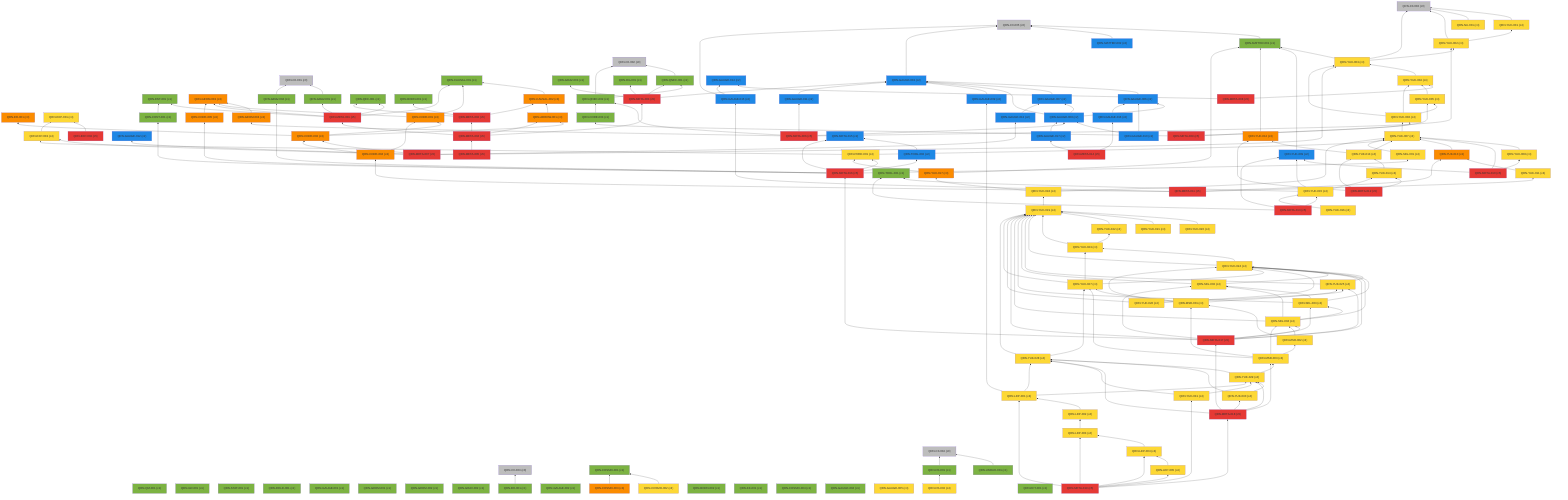
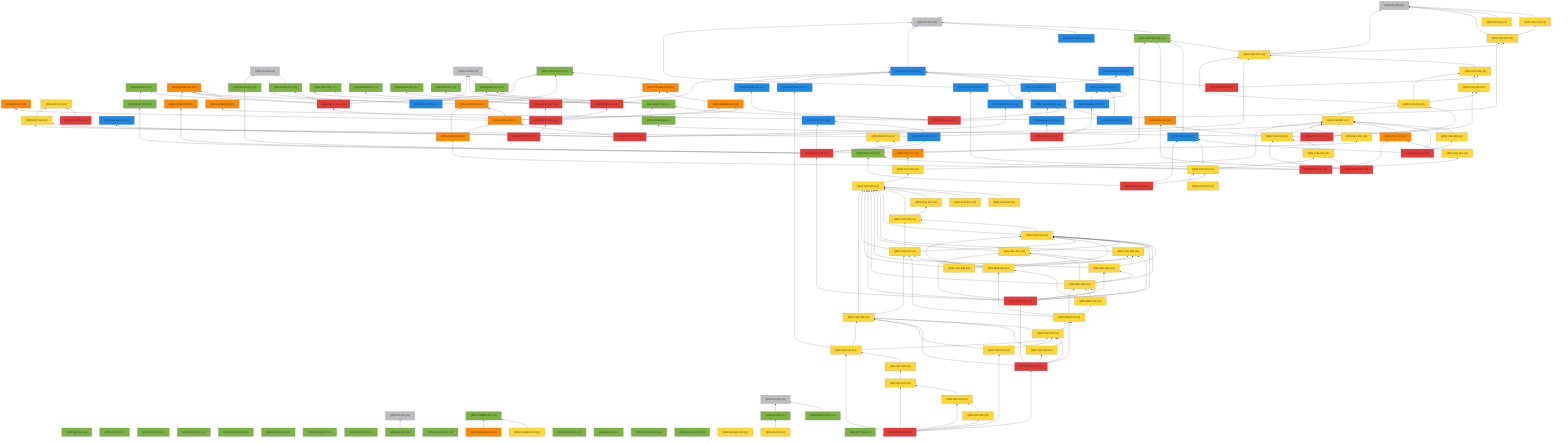
%% 自動生成 (dag/report.pl) — QRN 主張依存グラフ
graph BT
  QRN_C0_001["QRN-C0-001 (c0)"]:::c0
  QRN_C0_002["QRN-C0-002 (c0)"]:::c0
  QRN_C0_003["QRN-C0-003 (c0)"]:::c0
  QRN_C0_004["QRN-C0-004 (c0)"]:::c0
  QRN_C0_005["QRN-C0-005 (c0)"]:::c0
  QRN_C0_006["QRN-C0-006 (c0)"]:::c0
  QRN_QM_001["QRN-QM-001 (c1)"]:::c1
  QRN_GR_001["QRN-GR-001 (c1)"]:::c1
  QRN_STAT_001["QRN-STAT-001 (c1)"]:::c1
  QRN_FIELD_001["QRN-FIELD-001 (c1)"]:::c1
  QRN_GAUGE_001["QRN-GAUGE-001 (c1)"]:::c1
  QRN_ENT_001["QRN-ENT-001 (c1)"]:::c1
  QRN_GEOM_001["QRN-GEOM-001 (c1)"]:::c1
  QRN_GEOM_002["QRN-GEOM-002 (c1)"]:::c1
  QRN_GEOM_003["QRN-GEOM-003 (c3)"]:::c3
  QRN_GRAV_001["QRN-GRAV-001 (c1)"]:::c1
  QRN_GRAV_002["QRN-GRAV-002 (c1)"]:::c1
  QRN_BH_001["QRN-BH-001 (c1)"]:::c1
  QRN_CAUSAL_001["QRN-CAUSAL-001 (c1)"]:::c1
  QRN_CAUSAL_002["QRN-CAUSAL-002 (c3)"]:::c3
  QRN_ER_001["QRN-ER-001 (c3)"]:::c3
  QRN_QEC_001["QRN-QEC-001 (c1)"]:::c1
  QRN_GAUGE_002["QRN-GAUGE-002 (c1)"]:::c1
  QRN_COSMO_001["QRN-COSMO-001 (c1)"]:::c1
  QRN_COSMO_002["QRN-COSMO-002 (c4)"]:::c4
  QRN_COSMO_003["QRN-COSMO-003 (c3)"]:::c3
  QRN_BORN_001["QRN-BORN-001 (c1)"]:::c1
  QRN_BORN_002["QRN-BORN-002 (c1)"]:::c1
  QRN_GRAV_003["QRN-GRAV-003 (c1)"]:::c1
  QRN_KK_001["QRN-KK-001 (c1)"]:::c1
  QRN_MATTER_001["QRN-MATTER-001 (c1)"]:::c1
  QRN_MATTER_002["QRN-MATTER-002 (c2)"]:::c2
  QRN_COSMO_004["QRN-COSMO-004 (c1)"]:::c1
  QRN_EXP_001["QRN-EXP-001 (c4)"]:::c4
  QRN_GAUGE_003["QRN-GAUGE-003 (c2)"]:::c2
  QRN_GAUGE_004["QRN-GAUGE-004 (c1)"]:::c1
  QRN_GAUGE_005["QRN-GAUGE-005 (c4)"]:::c4
  QRN_YUK_001["QRN-YUK-001 (c4)"]:::c4
  QRN_RG_001["QRN-RG-001 (c1)"]:::c1
  QRN_UNRUH_001["QRN-UNRUH-001 (c1)"]:::c1
  QRN_QNEC_001["QRN-QNEC-001 (c1)"]:::c1
  QRN_NU_001["QRN-NU-001 (c4)"]:::c4
  QRN_GAUGE_006["QRN-GAUGE-006 (c2)"]:::c2
  QRN_DS_001["QRN-DS-001 (c1)"]:::c1
  QRN_DS_002["QRN-DS-002 (c4)"]:::c4
  QRN_ARROW_001["QRN-ARROW-001 (c3)"]:::c3
  QRN_GAUGE_007["QRN-GAUGE-007 (c2)"]:::c2
  QRN_EFT_001["QRN-EFT-001 (c1)"]:::c1
  QRN_GAUGE_008["QRN-GAUGE-008 (c2)"]:::c2
  QRN_GAUGE_009["QRN-GAUGE-009 (c2)"]:::c2
  QRN_GAUGE_010["QRN-GAUGE-010 (c2)"]:::c2
  QRN_QNEC_002["QRN-QNEC-002 (c1)"]:::c1
  QRN_GEOM_004["QRN-GEOM-004 (c3)"]:::c3
  QRN_YUK_002["QRN-YUK-002 (c4)"]:::c4
  QRN_EXP_002["QRN-EXP-002 (c5)"]:::c5
  QRN_CORE_001["QRN-CORE-001 (c3)"]:::c3
  QRN_GAUGE_011["QRN-GAUGE-011 (c2)"]:::c2
  QRN_GAUGE_012["QRN-GAUGE-012 (c2)"]:::c2
  QRN_YUK_003["QRN-YUK-003 (c4)"]:::c4
  QRN_EXP_003["QRN-EXP-003 (c4)"]:::c4
  QRN_CORE_002["QRN-CORE-002 (c3)"]:::c3
  QRN_GAUGE_013["QRN-GAUGE-013 (c2)"]:::c2
  QRN_YUK_004["QRN-YUK-004 (c4)"]:::c4
  QRN_GAUGE_014["QRN-GAUGE-014 (c2)"]:::c2
  QRN_META_001["QRN-META-001 (c5)"]:::c5
  QRN_META_002["QRN-META-002 (c5)"]:::c5
  QRN_META_003["QRN-META-003 (c5)"]:::c5
  QRN_META_004["QRN-META-004 (c5)"]:::c5
  QRN_META_005["QRN-META-005 (c5)"]:::c5
  QRN_META_006["QRN-META-006 (c5)"]:::c5
  QRN_META_007["QRN-META-007 (c5)"]:::c5
  QRN_META_008["QRN-META-008 (c5)"]:::c5
  QRN_YUK_005["QRN-YUK-005 (c4)"]:::c4
  QRN_YUK_006["QRN-YUK-006 (c4)"]:::c4
  QRN_CORE_003["QRN-CORE-003 (c1)"]:::c1
  QRN_META_009["QRN-META-009 (c5)"]:::c5
  QRN_YUK_007["QRN-YUK-007 (c4)"]:::c4
  QRN_YUK_008["QRN-YUK-008 (c4)"]:::c4
  QRN_YUK_009["QRN-YUK-009 (c2)"]:::c2
  QRN_META_010["QRN-META-010 (c5)"]:::c5
  QRN_GAUGE_015["QRN-GAUGE-015 (c2)"]:::c2
  QRN_YUK_010["QRN-YUK-010 (c3)"]:::c3
  QRN_YUK_011["QRN-YUK-011 (c4)"]:::c4
  QRN_CORE_004["QRN-CORE-004 (c3)"]:::c3
  QRN_META_011["QRN-META-011 (c5)"]:::c5
  QRN_YUK_012["QRN-YUK-012 (c3)"]:::c3
  QRN_YUK_013["QRN-YUK-013 (c4)"]:::c4
  QRN_YUK_014["QRN-YUK-014 (c4)"]:::c4
  QRN_META_012["QRN-META-012 (c5)"]:::c5
  QRN_TOOL_001["QRN-TOOL-001 (c1)"]:::c1
  QRN_YUK_015["QRN-YUK-015 (c4)"]:::c4
  QRN_META_013["QRN-META-013 (c5)"]:::c5
  QRN_GAUGE_016["QRN-GAUGE-016 (c2)"]:::c2
  QRN_GAUGE_017["QRN-GAUGE-017 (c2)"]:::c2
  QRN_META_014["QRN-META-014 (c5)"]:::c5
  QRN_META_015["QRN-META-015 (c2)"]:::c2
  QRN_TOOL_002["QRN-TOOL-002 (c2)"]:::c2
  QRN_CORE_005["QRN-CORE-005 (c3)"]:::c3
  QRN_CONT_001["QRN-CONT-001 (c1)"]:::c1
  QRN_SEL_001["QRN-SEL-001 (c4)"]:::c4
  QRN_GRAV_004["QRN-GRAV-004 (c1)"]:::c1
  QRN_PRED_001["QRN-PRED-001 (c4)"]:::c4
  QRN_META_016["QRN-META-016 (c5)"]:::c5
  QRN_YUK_016["QRN-YUK-016 (c4)"]:::c4
  QRN_YUK_017["QRN-YUK-017 (c3)"]:::c3
  QRN_YUK_018["QRN-YUK-018 (c4)"]:::c4
  QRN_YUK_019["QRN-YUK-019 (c4)"]:::c4
  QRN_YUK_020["QRN-YUK-020 (c4)"]:::c4
  QRN_YUK_021["QRN-YUK-021 (c4)"]:::c4
  QRN_YUK_022["QRN-YUK-022 (c4)"]:::c4
  QRN_YUK_023["QRN-YUK-023 (c4)"]:::c4
  QRN_YUK_024["QRN-YUK-024 (c4)"]:::c4
  QRN_YUK_025["QRN-YUK-025 (c4)"]:::c4
  QRN_SEL_002["QRN-SEL-002 (c4)"]:::c4
  QRN_SEL_003["QRN-SEL-003 (c4)"]:::c4
  QRN_SEL_004["QRN-SEL-004 (c4)"]:::c4
  QRN_META_017["QRN-META-017 (c5)"]:::c5
  QRN_YUK_026["QRN-YUK-026 (c4)"]:::c4
  QRN_YUK_027["QRN-YUK-027 (c4)"]:::c4
  QRN_MSR_001["QRN-MSR-001 (c4)"]:::c4
  QRN_MSR_002["QRN-MSR-002 (c4)"]:::c4
  QRN_MSR_003["QRN-MSR-003 (c4)"]:::c4
  QRN_YUK_028["QRN-YUK-028 (c4)"]:::c4
  QRN_YUK_029["QRN-YUK-029 (c4)"]:::c4
  QRN_YUK_030["QRN-YUK-030 (c4)"]:::c4
  QRN_META_018["QRN-META-018 (c5)"]:::c5
  QRN_YUK_031["QRN-YUK-031 (c4)"]:::c4
  QRN_LEP_001["QRN-LEP-001 (c4)"]:::c4
  QRN_LEP_002["QRN-LEP-002 (c4)"]:::c4
  QRN_LEP_003["QRN-LEP-003 (c4)"]:::c4
  QRN_LEP_004["QRN-LEP-004 (c4)"]:::c4
  QRN_LEP_005["QRN-LEP-005 (c4)"]:::c4
  QRN_META_019["QRN-META-019 (c5)"]:::c5
+   QRN_GRAV_005["QRN-GRAV-005 (c2)"]:::c2
  QRN_GRAV_001 --> QRN_C0_001
  QRN_BH_001 --> QRN_C0_003
  QRN_CAUSAL_002 --> QRN_CAUSAL_001
  QRN_COSMO_002 --> QRN_COSMO_001
  QRN_COSMO_003 --> QRN_COSMO_001
  QRN_MATTER_001 --> QRN_C0_005
  QRN_MATTER_002 --> QRN_C0_005
  QRN_GAUGE_003 --> QRN_C0_005
  QRN_YUK_001 --> QRN_C0_006
  QRN_UNRUH_001 --> QRN_C0_004
  QRN_QNEC_001 --> QRN_C0_002
  QRN_NU_001 --> QRN_C0_006
  QRN_GAUGE_006 --> QRN_GAUGE_003
  QRN_DS_001 --> QRN_C0_004
  QRN_DS_002 --> QRN_DS_001
  QRN_ARROW_001 --> QRN_CAUSAL_002
  QRN_GAUGE_007 --> QRN_GAUGE_003
  QRN_GAUGE_008 --> QRN_GAUGE_003
  QRN_GAUGE_008 --> QRN_GAUGE_006
  QRN_GAUGE_008 --> QRN_GAUGE_007
  QRN_GAUGE_009 --> QRN_GAUGE_003
  QRN_GAUGE_010 --> QRN_GAUGE_006
  QRN_GAUGE_010 --> QRN_GAUGE_008
  QRN_QNEC_002 --> QRN_C0_002
  QRN_QNEC_002 --> QRN_QNEC_001
  QRN_GEOM_004 --> QRN_GEOM_003
  QRN_YUK_002 --> QRN_C0_006
  QRN_YUK_002 --> QRN_YUK_001
  QRN_EXP_002 --> QRN_EXP_001
  QRN_CORE_001 --> QRN_GEOM_003
  QRN_CORE_001 --> QRN_CAUSAL_001
  QRN_GAUGE_011 --> QRN_GAUGE_003
  QRN_YUK_003 --> QRN_C0_006
  QRN_YUK_003 --> QRN_MATTER_001
  QRN_YUK_003 --> QRN_YUK_002
  QRN_EXP_003 --> QRN_EXP_001
  QRN_CORE_002 --> QRN_CORE_001
  QRN_CORE_002 --> QRN_ER_001
  QRN_CORE_002 --> QRN_ARROW_001
  QRN_GAUGE_013 --> QRN_GAUGE_007
  QRN_YUK_004 --> QRN_YUK_003
  QRN_META_001 --> QRN_GEOM_003
  QRN_META_001 --> QRN_GRAV_001
  QRN_META_001 --> QRN_CAUSAL_001
  QRN_META_001 --> QRN_QEC_001
  QRN_META_001 --> QRN_ENT_001
  QRN_META_002 --> QRN_QEC_001
  QRN_META_002 --> QRN_BORN_001
  QRN_META_002 --> QRN_CAUSAL_002
  QRN_META_003 --> QRN_GAUGE_003
  QRN_META_003 --> QRN_RG_001
  QRN_META_003 --> QRN_QNEC_001
  QRN_META_003 --> QRN_GRAV_003
  QRN_META_004 --> QRN_META_001
  QRN_META_004 --> QRN_META_002
  QRN_META_004 --> QRN_META_003
  QRN_META_004 --> QRN_ARROW_001
  QRN_META_005 --> QRN_META_004
  QRN_META_006 --> QRN_GAUGE_008
  QRN_META_006 --> QRN_QNEC_002
  QRN_META_006 --> QRN_GEOM_004
  QRN_META_006 --> QRN_YUK_002
  QRN_META_006 --> QRN_GAUGE_011
  QRN_META_007 --> QRN_GAUGE_012
  QRN_META_007 --> QRN_YUK_003
  QRN_META_007 --> QRN_EXP_003
  QRN_META_007 --> QRN_CORE_002
  QRN_META_007 --> QRN_GAUGE_013
  QRN_META_008 --> QRN_YUK_004
  QRN_META_008 --> QRN_GAUGE_014
  QRN_YUK_005 --> QRN_YUK_004
  QRN_YUK_006 --> QRN_YUK_003
  QRN_YUK_006 --> QRN_YUK_004
  QRN_YUK_006 --> QRN_YUK_005
  QRN_CORE_003 --> QRN_QNEC_002
  QRN_META_009 --> QRN_YUK_005
  QRN_META_009 --> QRN_YUK_006
  QRN_META_009 --> QRN_CORE_003
  QRN_YUK_007 --> QRN_YUK_006
  QRN_YUK_008 --> QRN_YUK_007
  QRN_YUK_009 --> QRN_MATTER_001
  QRN_META_010 --> QRN_YUK_007
  QRN_META_010 --> QRN_YUK_008
  QRN_META_010 --> QRN_YUK_009
  QRN_GAUGE_015 --> QRN_C0_005
  QRN_GAUGE_015 --> QRN_GAUGE_014
  QRN_YUK_010 --> QRN_YUK_007
  QRN_YUK_011 --> QRN_YUK_010
  QRN_CORE_004 --> QRN_CORE_001
  QRN_CORE_004 --> QRN_CORE_002
  QRN_META_011 --> QRN_GAUGE_015
  QRN_META_011 --> QRN_YUK_010
  QRN_META_011 --> QRN_YUK_011
  QRN_META_011 --> QRN_CORE_004
  QRN_YUK_012 --> QRN_MATTER_001
  QRN_YUK_013 --> QRN_YUK_012
  QRN_YUK_013 --> QRN_YUK_007
  QRN_YUK_014 --> QRN_YUK_013
  QRN_META_012 --> QRN_YUK_012
  QRN_META_012 --> QRN_YUK_013
  QRN_META_012 --> QRN_YUK_014
  QRN_YUK_015 --> QRN_YUK_014
  QRN_YUK_015 --> QRN_TOOL_001
  QRN_YUK_015 --> QRN_YUK_009
  QRN_META_013 --> QRN_YUK_015
  QRN_META_013 --> QRN_TOOL_001
  QRN_META_013 --> QRN_YUK_009
  QRN_GAUGE_016 --> QRN_GAUGE_006
  QRN_GAUGE_017 --> QRN_GAUGE_008
  QRN_META_014 --> QRN_GAUGE_016
  QRN_META_014 --> QRN_GAUGE_017
  QRN_TOOL_002 --> QRN_META_015
  QRN_CORE_005 --> QRN_GEOM_003
  QRN_CONT_001 --> QRN_ENT_001
  QRN_SEL_001 --> QRN_YUK_007
  QRN_GRAV_004 --> QRN_C0_001
  QRN_PRED_001 --> QRN_YUK_007
  QRN_PRED_001 --> QRN_EXP_003
  QRN_META_016 --> QRN_META_015
  QRN_META_016 --> QRN_TOOL_002
  QRN_META_016 --> QRN_CORE_005
  QRN_META_016 --> QRN_CONT_001
  QRN_META_016 --> QRN_SEL_001
  QRN_META_016 --> QRN_GRAV_004
  QRN_META_016 --> QRN_PRED_001
  QRN_YUK_016 --> QRN_YUK_015
  QRN_YUK_017 --> QRN_MATTER_001
  QRN_YUK_017 --> QRN_PRED_001
  QRN_YUK_018 --> QRN_YUK_017
  QRN_YUK_018 --> QRN_YUK_007
  QRN_YUK_019 --> QRN_YUK_018
  QRN_YUK_020 --> QRN_YUK_019
  QRN_YUK_021 --> QRN_YUK_019
  QRN_YUK_022 --> QRN_YUK_019
  QRN_YUK_023 --> QRN_YUK_019
  QRN_YUK_023 --> QRN_YUK_022
  QRN_YUK_024 --> QRN_YUK_019
  QRN_YUK_024 --> QRN_YUK_023
  QRN_YUK_025 --> QRN_YUK_019
  QRN_YUK_025 --> QRN_YUK_024
  QRN_SEL_002 --> QRN_YUK_019
  QRN_SEL_002 --> QRN_YUK_024
  QRN_SEL_003 --> QRN_YUK_019
  QRN_SEL_003 --> QRN_YUK_024
  QRN_SEL_003 --> QRN_SEL_002
  QRN_SEL_004 --> QRN_YUK_019
  QRN_SEL_004 --> QRN_YUK_024
  QRN_SEL_004 --> QRN_SEL_002
  QRN_SEL_004 --> QRN_SEL_003
  QRN_META_017 --> QRN_META_016
  QRN_META_017 --> QRN_YUK_019
  QRN_META_017 --> QRN_YUK_024
  QRN_META_017 --> QRN_YUK_025
  QRN_META_017 --> QRN_SEL_002
  QRN_META_017 --> QRN_SEL_003
  QRN_META_017 --> QRN_SEL_004
  QRN_YUK_026 --> QRN_YUK_019
  QRN_YUK_026 --> QRN_YUK_024
  QRN_YUK_026 --> QRN_YUK_025
  QRN_YUK_027 --> QRN_YUK_019
  QRN_YUK_027 --> QRN_YUK_023
  QRN_YUK_027 --> QRN_YUK_024
  QRN_MSR_001 --> QRN_YUK_024
  QRN_MSR_001 --> QRN_YUK_025
  QRN_MSR_001 --> QRN_YUK_027
  QRN_MSR_002 --> QRN_SEL_004
  QRN_MSR_002 --> QRN_MSR_001
  QRN_MSR_003 --> QRN_MSR_001
  QRN_MSR_003 --> QRN_MSR_002
  QRN_MSR_003 --> QRN_SEL_004
  QRN_MSR_003 --> QRN_YUK_027
  QRN_YUK_028 --> QRN_YUK_019
  QRN_YUK_028 --> QRN_YUK_027
  QRN_YUK_029 --> QRN_YUK_028
  QRN_YUK_029 --> QRN_MSR_003
  QRN_YUK_030 --> QRN_YUK_028
  QRN_YUK_030 --> QRN_YUK_029
  QRN_META_018 --> QRN_META_017
  QRN_META_018 --> QRN_MSR_003
  QRN_META_018 --> QRN_YUK_028
  QRN_META_018 --> QRN_YUK_029
  QRN_META_018 --> QRN_YUK_030
  QRN_YUK_031 --> QRN_YUK_028
  QRN_YUK_031 --> QRN_YUK_029
  QRN_LEP_001 --> QRN_YUK_028
  QRN_LEP_001 --> QRN_YUK_029
  QRN_LEP_001 --> QRN_GAUGE_009
  QRN_LEP_002 --> QRN_LEP_001
  QRN_LEP_003 --> QRN_LEP_002
  QRN_LEP_004 --> QRN_LEP_003
  QRN_LEP_005 --> QRN_LEP_004
  QRN_META_019 --> QRN_META_018
  QRN_META_019 --> QRN_YUK_031
  QRN_META_019 --> QRN_LEP_001
  QRN_META_019 --> QRN_LEP_003
  QRN_META_019 --> QRN_LEP_004
  QRN_META_019 --> QRN_LEP_005
+   QRN_GRAV_005 --> QRN_C0_002
+   QRN_GRAV_005 --> QRN_GRAV_001
  classDef c0 fill:#bdbdbd
  classDef c1 fill:#7cb342
  classDef c2 fill:#1e88e5
  classDef c3 fill:#fb8c00
  classDef c4 fill:#fdd835
  classDef c5 fill:#e53935
